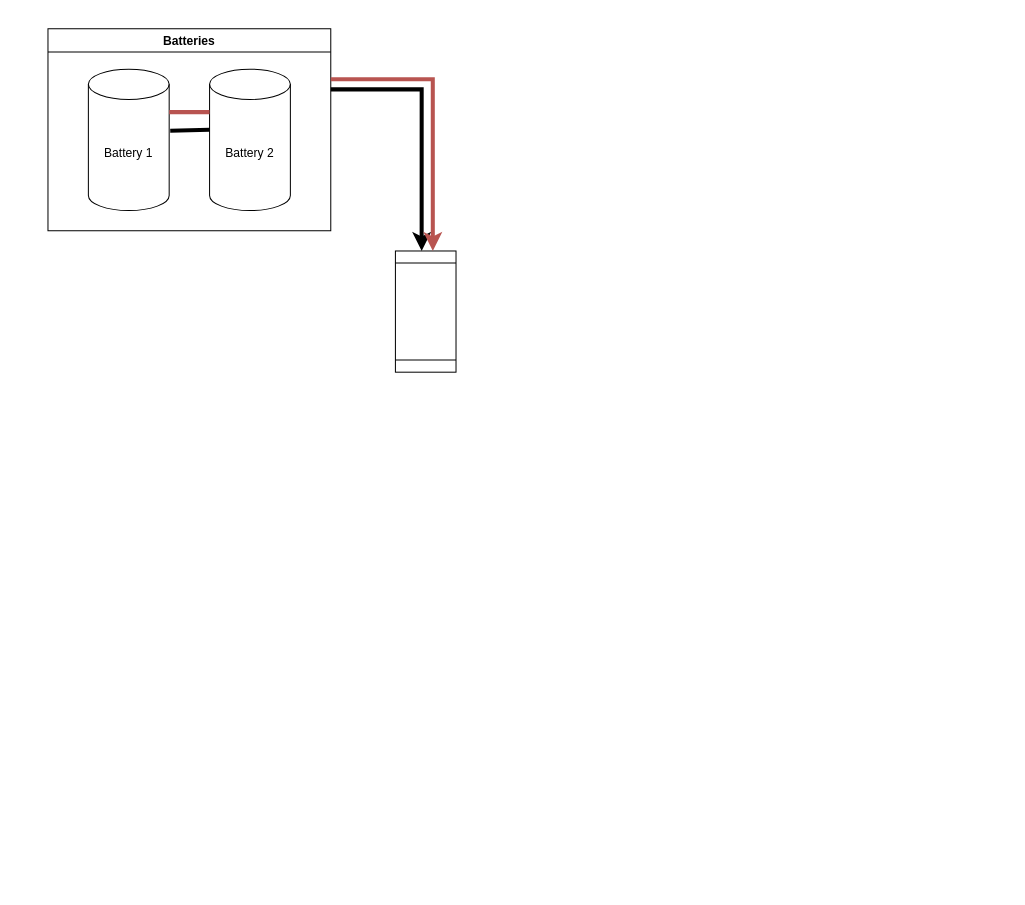
Before: images/Untitled Diagram.drawio in JHeflinger/RM-SOFTWARE-TUTORIAL, a draw.io diagram. Source tidied: cells renumbered, new cells numbered last; positions are measured from the earlier drawing's top-left corner, leaving out a move shared by most shapes. Both pictures are drawn from the tidied source at 101%, with x=0, y=0 at pixel (47, 28).
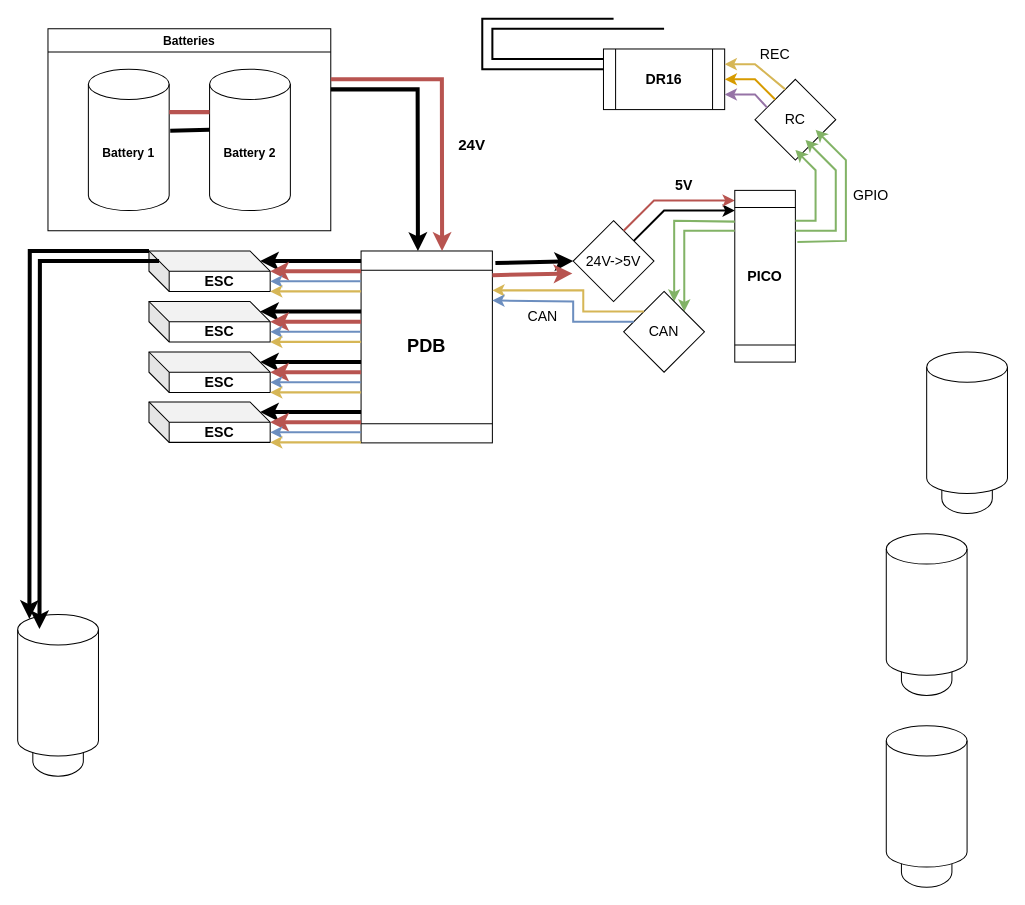
The same page after the edit.

The change refers to these unchanged cells:
```xml
<mxCell id="2" value="Batteries" style="swimlane;" parent="1" vertex="1">
  <mxGeometry width="280" height="200" as="geometry" />
</mxCell>
```

Change to the diagram source:
```diff
@@
-    <mxCell id="3" value="Battery 1" style="shape=cylinder3;whiteSpace=wrap;html=1;boundedLbl=1;backgroundOutline=1;size=15;" parent="2" vertex="1">
+    <mxCell id="3" value="&lt;b&gt;Battery 1&lt;/b&gt;" style="shape=cylinder3;whiteSpace=wrap;html=1;boundedLbl=1;backgroundOutline=1;size=15;" parent="2" vertex="1">
       <mxGeometry x="40" y="40" width="80" height="140" as="geometry" />
     </mxCell>
-    <mxCell id="4" value="Battery 2" style="shape=cylinder3;whiteSpace=wrap;html=1;boundedLbl=1;backgroundOutline=1;size=15;" parent="2" vertex="1">
+    <mxCell id="4" value="&lt;b&gt;Battery 2&lt;/b&gt;" style="shape=cylinder3;whiteSpace=wrap;html=1;boundedLbl=1;backgroundOutline=1;size=15;" parent="2" vertex="1">
       <mxGeometry x="160" y="40" width="80" height="140" as="geometry" />
     </mxCell>
@@
-    <mxCell id="7" style="shape=process;whiteSpace=wrap;html=1;backgroundOutline=1;direction=south;" parent="1" vertex="1">
-      <mxGeometry x="344" y="220" width="60" height="120" as="geometry" />
+    <mxCell id="7" value="&lt;font style=&quot;font-size: 18px;&quot;&gt;&lt;b&gt;PDB&lt;/b&gt;&lt;/font&gt;" style="shape=process;whiteSpace=wrap;html=1;backgroundOutline=1;direction=south;" parent="1" vertex="1">
+      <mxGeometry x="310" y="220" width="130" height="190" as="geometry" />
     </mxCell>
     <mxCell id="8" style="endArrow=classic;html=1;rounded=0;strokeWidth=4;entryX=0;entryY=0.567;entryDx=0;entryDy=0;entryPerimeter=0;" parent="1" edge="1" target="7">
       <mxGeometry relative="1" as="geometry">
         <mxPoint x="280" y="60" as="sourcePoint" />
         <Array as="points">
-          <mxPoint x="370" y="60" />
+          <mxPoint x="366" y="60" />
         </Array>
       </mxGeometry>
     </mxCell>
     <mxCell id="9" style="endArrow=classic;html=1;rounded=0;strokeWidth=4;entryX=0;entryY=0.383;entryDx=0;entryDy=0;exitX=1;exitY=0.25;exitDx=0;exitDy=0;entryPerimeter=0;fillColor=#f8cecc;strokeColor=#b85450;" parent="1" edge="1" source="2" target="7">
       <mxGeometry relative="1" as="geometry">
         <Array as="points">
-          <mxPoint x="381" y="50" />
+          <mxPoint x="390" y="50" />
         </Array>
       </mxGeometry>
     </mxCell>
+    <mxCell id="10" value="&lt;font size=&quot;1&quot;&gt;&lt;b style=&quot;font-size: 15px;&quot;&gt;24V&lt;/b&gt;&lt;/font&gt;" style="text;html=1;strokeColor=none;fillColor=none;align=center;verticalAlign=middle;whiteSpace=wrap;rounded=0;" parent="1" vertex="1">
+      <mxGeometry x="390" y="100" width="60" height="30" as="geometry" />
+    </mxCell>
+    <mxCell id="11" style="endArrow=classic;html=1;rounded=0;fontSize=14;strokeWidth=4;exitX=0.063;exitY=-0.023;exitDx=0;exitDy=0;exitPerimeter=0;" parent="1" edge="1" source="7">
+      <mxGeometry relative="1" as="geometry">
+        <mxPoint x="520" y="230" as="targetPoint" />
+      </mxGeometry>
+    </mxCell>
+    <mxCell id="12" style="endArrow=classic;html=1;rounded=0;fontSize=14;strokeWidth=4;entryX=0;entryY=0.25;entryDx=0;entryDy=0;fillColor=#f8cecc;strokeColor=#b85450;exitX=0.126;exitY=0;exitDx=0;exitDy=0;exitPerimeter=0;" parent="1" edge="1" source="7">
+      <mxGeometry relative="1" as="geometry">
+        <mxPoint x="519.2" y="242.2" as="targetPoint" />
+      </mxGeometry>
+    </mxCell>
+    <mxCell id="13" value="24V-&amp;gt;5V" style="rhombus;whiteSpace=wrap;html=1;fontSize=14;" parent="1" vertex="1">
+      <mxGeometry x="520" y="190" width="80" height="80" as="geometry" />
+    </mxCell>
+    <mxCell id="14" style="endArrow=classic;html=1;rounded=0;fontSize=14;strokeWidth=2;endSize=6;jumpSize=6;" parent="1" edge="1" source="13">
+      <mxGeometry relative="1" as="geometry">
+        <mxPoint x="680" y="180" as="targetPoint" />
+        <Array as="points">
+          <mxPoint x="610" y="180" />
+        </Array>
+      </mxGeometry>
+    </mxCell>
+    <mxCell id="15" style="endArrow=classic;html=1;rounded=0;fontSize=14;strokeWidth=2;endSize=6;jumpSize=6;fillColor=#f8cecc;strokeColor=#b85450;" parent="1" edge="1">
+      <mxGeometry relative="1" as="geometry">
+        <mxPoint x="570" y="200" as="sourcePoint" />
+        <mxPoint x="680" y="170" as="targetPoint" />
+        <Array as="points">
+          <mxPoint x="600" y="170" />
+        </Array>
+      </mxGeometry>
+    </mxCell>
+    <mxCell id="16" value="&lt;b&gt;5V&lt;/b&gt;" style="text;html=1;strokeColor=none;fillColor=none;align=center;verticalAlign=middle;whiteSpace=wrap;rounded=0;fontSize=14;" parent="1" vertex="1">
+      <mxGeometry x="600" y="140" width="60" height="30" as="geometry" />
+    </mxCell>
+    <mxCell id="17" value="&lt;b&gt;PICO&lt;/b&gt;" style="shape=process;whiteSpace=wrap;html=1;backgroundOutline=1;fontSize=14;direction=south;" parent="1" vertex="1">
+      <mxGeometry x="680" y="160" width="60" height="170" as="geometry" />
+    </mxCell>
+    <mxCell id="18" style="endArrow=classic;html=1;rounded=0;fontSize=14;endSize=6;strokeWidth=2;jumpSize=6;exitX=0.182;exitY=1;exitDx=0;exitDy=0;exitPerimeter=0;fillColor=#d5e8d4;strokeColor=#82b366;" parent="1" edge="1" source="17">
+      <mxGeometry relative="1" as="geometry">
+        <mxPoint x="620" y="270" as="targetPoint" />
+        <Array as="points">
+          <mxPoint x="620" y="190" />
+        </Array>
+      </mxGeometry>
+    </mxCell>
+    <mxCell id="19" style="endArrow=classic;html=1;rounded=0;fontSize=14;endSize=6;strokeWidth=2;jumpSize=6;fillColor=#d5e8d4;strokeColor=#82b366;" parent="1" edge="1">
+      <mxGeometry relative="1" as="geometry">
+        <mxPoint x="680" y="200" as="sourcePoint" />
+        <mxPoint x="630" y="280" as="targetPoint" />
+        <Array as="points">
+          <mxPoint x="630" y="200" />
+        </Array>
+      </mxGeometry>
+    </mxCell>
+    <mxCell id="20" value="CAN " style="rhombus;whiteSpace=wrap;html=1;fontSize=14;" parent="1" vertex="1">
+      <mxGeometry x="570" y="260" width="80" height="80" as="geometry" />
+    </mxCell>
+    <mxCell id="21" style="endArrow=classic;html=1;rounded=0;fontSize=14;endSize=6;strokeWidth=2;jumpSize=6;exitX=0;exitY=0;exitDx=0;exitDy=0;fillColor=#fff2cc;strokeColor=#d6b656;" parent="1" edge="1" source="20">
+      <mxGeometry relative="1" as="geometry">
+        <mxPoint x="440" y="259" as="targetPoint" />
+        <Array as="points">
+          <mxPoint x="530" y="280" />
+          <mxPoint x="530" y="259" />
+        </Array>
+      </mxGeometry>
+    </mxCell>
+    <mxCell id="22" style="endArrow=classic;html=1;rounded=0;fontSize=14;endSize=6;strokeWidth=2;jumpSize=6;fillColor=#dae8fc;strokeColor=#6c8ebf;" parent="1" edge="1">
+      <mxGeometry relative="1" as="geometry">
+        <mxPoint x="580" y="290" as="sourcePoint" />
+        <mxPoint x="440" y="269" as="targetPoint" />
+        <Array as="points">
+          <mxPoint x="520" y="290" />
+          <mxPoint x="520" y="270" />
+        </Array>
+      </mxGeometry>
+    </mxCell>
+    <mxCell id="23" value="RC" style="rhombus;whiteSpace=wrap;html=1;fontSize=14;" parent="1" vertex="1">
+      <mxGeometry x="700" y="50" width="80" height="80" as="geometry" />
+    </mxCell>
+    <mxCell id="24" style="endArrow=classic;html=1;rounded=0;fontSize=14;endSize=6;strokeWidth=2;jumpSize=6;fillColor=#d5e8d4;strokeColor=#82b366;" parent="1" edge="1">
+      <mxGeometry relative="1" as="geometry">
+        <mxPoint x="740" y="190" as="sourcePoint" />
+        <mxPoint x="740" y="120" as="targetPoint" />
+        <Array as="points">
+          <mxPoint x="760" y="190" />
+          <mxPoint x="760" y="140" />
+        </Array>
+      </mxGeometry>
+    </mxCell>
+    <mxCell id="25" style="endArrow=classic;html=1;rounded=0;fontSize=14;endSize=6;strokeWidth=2;jumpSize=6;fillColor=#d5e8d4;strokeColor=#82b366;" parent="1" edge="1">
+      <mxGeometry relative="1" as="geometry">
+        <mxPoint x="740" y="200" as="sourcePoint" />
+        <mxPoint x="750" y="110" as="targetPoint" />
+        <Array as="points">
+          <mxPoint x="780" y="200" />
+          <mxPoint x="780" y="140" />
+        </Array>
+      </mxGeometry>
+    </mxCell>
+    <mxCell id="26" style="endArrow=classic;html=1;rounded=0;fontSize=14;endSize=6;strokeWidth=2;jumpSize=6;exitX=0.3;exitY=-0.033;exitDx=0;exitDy=0;exitPerimeter=0;fillColor=#d5e8d4;strokeColor=#82b366;" parent="1" edge="1" source="17">
+      <mxGeometry relative="1" as="geometry">
+        <mxPoint x="760" y="100" as="targetPoint" />
+        <Array as="points">
+          <mxPoint x="790" y="210" />
+          <mxPoint x="790" y="130" />
+        </Array>
+      </mxGeometry>
+    </mxCell>
+    <mxCell id="27" value="&lt;b&gt;DR16&lt;/b&gt;" style="shape=process;whiteSpace=wrap;html=1;backgroundOutline=1;fontSize=14;" parent="1" vertex="1">
+      <mxGeometry x="550" y="20" width="120" height="60" as="geometry" />
+    </mxCell>
+    <mxCell id="28" style="endArrow=none;html=1;rounded=0;fontSize=14;endSize=6;strokeWidth=2;jumpSize=6;" parent="1" edge="1">
+      <mxGeometry relative="1" as="geometry">
+        <mxPoint x="610" as="sourcePoint" />
+        <mxPoint x="550" y="30" as="targetPoint" />
+        <Array as="points">
+          <mxPoint x="440" />
+          <mxPoint x="440" y="30" />
+        </Array>
+      </mxGeometry>
+    </mxCell>
+    <mxCell id="29" style="endArrow=none;html=1;rounded=0;fontSize=14;endSize=6;strokeWidth=2;jumpSize=6;" parent="1" edge="1">
+      <mxGeometry relative="1" as="geometry">
+        <mxPoint x="560" y="-10" as="sourcePoint" />
+        <mxPoint x="550" y="40" as="targetPoint" />
+        <Array as="points">
+          <mxPoint x="430" y="-10" />
+          <mxPoint x="430" y="40" />
+        </Array>
+      </mxGeometry>
+    </mxCell>
+    <mxCell id="30" style="endArrow=classic;html=1;rounded=0;fontSize=14;endSize=6;strokeWidth=2;jumpSize=6;entryX=1;entryY=0.25;entryDx=0;entryDy=0;fillColor=#fff2cc;strokeColor=#d6b656;" parent="1" edge="1" target="27">
+      <mxGeometry relative="1" as="geometry">
+        <mxPoint x="730" y="60" as="sourcePoint" />
+        <Array as="points">
+          <mxPoint x="700" y="35" />
+        </Array>
+      </mxGeometry>
+    </mxCell>
+    <mxCell id="31" style="endArrow=classic;html=1;rounded=0;fontSize=14;endSize=6;strokeWidth=2;jumpSize=6;exitX=0;exitY=0;exitDx=0;exitDy=0;entryX=1;entryY=0.5;entryDx=0;entryDy=0;fillColor=#ffe6cc;strokeColor=#d79b00;" parent="1" edge="1" source="23" target="27">
+      <mxGeometry relative="1" as="geometry">
+        <Array as="points">
+          <mxPoint x="700" y="50" />
+        </Array>
+      </mxGeometry>
+    </mxCell>
+    <mxCell id="32" style="endArrow=classic;html=1;rounded=0;fontSize=14;endSize=6;strokeWidth=2;jumpSize=6;exitX=0.15;exitY=0.35;exitDx=0;exitDy=0;exitPerimeter=0;entryX=1;entryY=0.75;entryDx=0;entryDy=0;fillColor=#e1d5e7;strokeColor=#9673a6;" parent="1" edge="1" source="23" target="27">
+      <mxGeometry relative="1" as="geometry">
+        <Array as="points">
+          <mxPoint x="700" y="65" />
+        </Array>
+      </mxGeometry>
+    </mxCell>
+    <mxCell id="33" style="shape=cylinder3;whiteSpace=wrap;html=1;boundedLbl=1;backgroundOutline=1;size=15;fontSize=14;" parent="1" vertex="1">
+      <mxGeometry x="845" y="580" width="50" height="80" as="geometry" />
+    </mxCell>
+    <mxCell id="34" style="shape=cylinder3;whiteSpace=wrap;html=1;boundedLbl=1;backgroundOutline=1;size=15;fontSize=14;" parent="1" vertex="1">
+      <mxGeometry x="830" y="500" width="80" height="140" as="geometry" />
+    </mxCell>
+    <mxCell id="35" style="shape=cylinder3;whiteSpace=wrap;html=1;boundedLbl=1;backgroundOutline=1;size=15;fontSize=14;" parent="1" vertex="1">
+      <mxGeometry x="-15" y="660" width="50" height="80" as="geometry" />
+    </mxCell>
+    <mxCell id="36" style="shape=cylinder3;whiteSpace=wrap;html=1;boundedLbl=1;backgroundOutline=1;size=15;fontSize=14;" parent="1" vertex="1">
+      <mxGeometry x="-30" y="580" width="80" height="140" as="geometry" />
+    </mxCell>
+    <mxCell id="37" style="shape=cylinder3;whiteSpace=wrap;html=1;boundedLbl=1;backgroundOutline=1;size=15;fontSize=14;" parent="1" vertex="1">
+      <mxGeometry x="845" y="770" width="50" height="80" as="geometry" />
+    </mxCell>
+    <mxCell id="38" style="shape=cylinder3;whiteSpace=wrap;html=1;boundedLbl=1;backgroundOutline=1;size=15;fontSize=14;" parent="1" vertex="1">
+      <mxGeometry x="830" y="690" width="80" height="140" as="geometry" />
+    </mxCell>
+    <mxCell id="39" style="shape=cylinder3;whiteSpace=wrap;html=1;boundedLbl=1;backgroundOutline=1;size=15;fontSize=14;" parent="1" vertex="1">
+      <mxGeometry x="885" y="400" width="50" height="80" as="geometry" />
+    </mxCell>
+    <mxCell id="40" style="shape=cylinder3;whiteSpace=wrap;html=1;boundedLbl=1;backgroundOutline=1;size=15;fontSize=14;" parent="1" vertex="1">
+      <mxGeometry x="870" y="320" width="80" height="140" as="geometry" />
+    </mxCell>
+    <mxCell id="41" value="&lt;b&gt;ESC&lt;/b&gt;" style="shape=cube;whiteSpace=wrap;html=1;boundedLbl=1;backgroundOutline=1;darkOpacity=0.05;darkOpacity2=0.1;fontSize=14;" parent="1" vertex="1">
+      <mxGeometry x="100" y="220" width="120" height="40" as="geometry" />
+    </mxCell>
+    <mxCell id="42" style="endArrow=classic;html=1;rounded=0;fontSize=14;endSize=6;strokeWidth=4;jumpSize=6;exitX=0.158;exitY=1;exitDx=0;exitDy=0;exitPerimeter=0;entryX=0;entryY=0;entryDx=110;entryDy=10;entryPerimeter=0;" parent="1" edge="1" target="41">
+      <mxGeometry relative="1" as="geometry">
+        <mxPoint x="310" y="230" as="sourcePoint" />
+      </mxGeometry>
+    </mxCell>
+    <mxCell id="43" style="endArrow=classic;html=1;rounded=0;fontSize=14;endSize=6;strokeWidth=4;jumpSize=6;entryX=0;entryY=0;entryDx=110;entryDy=10;entryPerimeter=0;fillColor=#f8cecc;strokeColor=#b85450;" parent="1" edge="1">
+      <mxGeometry relative="1" as="geometry">
+        <mxPoint x="310" y="240" as="sourcePoint" />
+        <mxPoint x="220" y="240" as="targetPoint" />
+        <Array as="points">
+          <mxPoint x="270" y="240" />
+        </Array>
+      </mxGeometry>
+    </mxCell>
+    <mxCell id="44" style="endArrow=classic;html=1;rounded=0;fontSize=14;endSize=6;strokeWidth=2;jumpSize=6;fillColor=#dae8fc;strokeColor=#6c8ebf;" parent="1" edge="1">
+      <mxGeometry relative="1" as="geometry">
+        <mxPoint x="310" y="250" as="sourcePoint" />
+        <mxPoint x="220" y="250" as="targetPoint" />
+      </mxGeometry>
+    </mxCell>
+    <mxCell id="45" style="endArrow=classic;html=1;rounded=0;fontSize=14;endSize=6;strokeWidth=2;jumpSize=6;fillColor=#fff2cc;strokeColor=#d6b656;" parent="1" edge="1">
+      <mxGeometry relative="1" as="geometry">
+        <mxPoint x="310" y="260" as="sourcePoint" />
+        <mxPoint x="220" y="260" as="targetPoint" />
+      </mxGeometry>
+    </mxCell>
+    <mxCell id="46" value="&lt;b&gt;ESC&lt;/b&gt;" style="shape=cube;whiteSpace=wrap;html=1;boundedLbl=1;backgroundOutline=1;darkOpacity=0.05;darkOpacity2=0.1;fontSize=14;" parent="1" vertex="1">
+      <mxGeometry x="100" y="270" width="120" height="40" as="geometry" />
+    </mxCell>
+    <mxCell id="47" style="endArrow=classic;html=1;rounded=0;fontSize=14;endSize=6;strokeWidth=4;jumpSize=6;exitX=0.158;exitY=1;exitDx=0;exitDy=0;exitPerimeter=0;entryX=0;entryY=0;entryDx=110;entryDy=10;entryPerimeter=0;" parent="1" edge="1" target="46">
+      <mxGeometry relative="1" as="geometry">
+        <mxPoint x="310" y="280" as="sourcePoint" />
+      </mxGeometry>
+    </mxCell>
+    <mxCell id="48" style="endArrow=classic;html=1;rounded=0;fontSize=14;endSize=6;strokeWidth=4;jumpSize=6;entryX=0;entryY=0;entryDx=110;entryDy=10;entryPerimeter=0;fillColor=#f8cecc;strokeColor=#b85450;" parent="1" edge="1">
+      <mxGeometry relative="1" as="geometry">
+        <mxPoint x="310" y="290" as="sourcePoint" />
+        <mxPoint x="220" y="290" as="targetPoint" />
+        <Array as="points">
+          <mxPoint x="270" y="290" />
+        </Array>
+      </mxGeometry>
+    </mxCell>
+    <mxCell id="49" style="endArrow=classic;html=1;rounded=0;fontSize=14;endSize=6;strokeWidth=2;jumpSize=6;fillColor=#dae8fc;strokeColor=#6c8ebf;" parent="1" edge="1">
+      <mxGeometry relative="1" as="geometry">
+        <mxPoint x="310" y="300" as="sourcePoint" />
+        <mxPoint x="220" y="300" as="targetPoint" />
+      </mxGeometry>
+    </mxCell>
+    <mxCell id="50" style="endArrow=classic;html=1;rounded=0;fontSize=14;endSize=6;strokeWidth=2;jumpSize=6;fillColor=#fff2cc;strokeColor=#d6b656;" parent="1" edge="1">
+      <mxGeometry relative="1" as="geometry">
+        <mxPoint x="310" y="310" as="sourcePoint" />
+        <mxPoint x="220" y="310" as="targetPoint" />
+      </mxGeometry>
+    </mxCell>
+    <mxCell id="51" value="&lt;b&gt;ESC&lt;/b&gt;" style="shape=cube;whiteSpace=wrap;html=1;boundedLbl=1;backgroundOutline=1;darkOpacity=0.05;darkOpacity2=0.1;fontSize=14;" parent="1" vertex="1">
+      <mxGeometry x="100" y="320" width="120" height="40" as="geometry" />
+    </mxCell>
+    <mxCell id="52" style="endArrow=classic;html=1;rounded=0;fontSize=14;endSize=6;strokeWidth=4;jumpSize=6;exitX=0.158;exitY=1;exitDx=0;exitDy=0;exitPerimeter=0;entryX=0;entryY=0;entryDx=110;entryDy=10;entryPerimeter=0;" parent="1" edge="1" target="51">
+      <mxGeometry relative="1" as="geometry">
+        <mxPoint x="310" y="330" as="sourcePoint" />
+      </mxGeometry>
+    </mxCell>
+    <mxCell id="53" style="endArrow=classic;html=1;rounded=0;fontSize=14;endSize=6;strokeWidth=4;jumpSize=6;entryX=0;entryY=0;entryDx=110;entryDy=10;entryPerimeter=0;fillColor=#f8cecc;strokeColor=#b85450;" parent="1" edge="1">
+      <mxGeometry relative="1" as="geometry">
+        <mxPoint x="310" y="340" as="sourcePoint" />
+        <mxPoint x="220" y="340" as="targetPoint" />
+        <Array as="points">
+          <mxPoint x="270" y="340" />
+        </Array>
+      </mxGeometry>
+    </mxCell>
+    <mxCell id="54" style="endArrow=classic;html=1;rounded=0;fontSize=14;endSize=6;strokeWidth=2;jumpSize=6;fillColor=#dae8fc;strokeColor=#6c8ebf;" parent="1" edge="1">
+      <mxGeometry relative="1" as="geometry">
+        <mxPoint x="310" y="350" as="sourcePoint" />
+        <mxPoint x="220" y="350" as="targetPoint" />
+      </mxGeometry>
+    </mxCell>
+    <mxCell id="55" style="endArrow=classic;html=1;rounded=0;fontSize=14;endSize=6;strokeWidth=2;jumpSize=6;fillColor=#fff2cc;strokeColor=#d6b656;" parent="1" edge="1">
+      <mxGeometry relative="1" as="geometry">
+        <mxPoint x="310" y="360" as="sourcePoint" />
+        <mxPoint x="220" y="360" as="targetPoint" />
+      </mxGeometry>
+    </mxCell>
+    <mxCell id="56" value="&lt;b&gt;ESC&lt;/b&gt;" style="shape=cube;whiteSpace=wrap;html=1;boundedLbl=1;backgroundOutline=1;darkOpacity=0.05;darkOpacity2=0.1;fontSize=14;" parent="1" vertex="1">
+      <mxGeometry x="100" y="369.5" width="120" height="40" as="geometry" />
+    </mxCell>
+    <mxCell id="57" style="endArrow=classic;html=1;rounded=0;fontSize=14;endSize=6;strokeWidth=4;jumpSize=6;exitX=0.158;exitY=1;exitDx=0;exitDy=0;exitPerimeter=0;entryX=0;entryY=0;entryDx=110;entryDy=10;entryPerimeter=0;" parent="1" edge="1" target="56">
+      <mxGeometry relative="1" as="geometry">
+        <mxPoint x="310" y="379.5" as="sourcePoint" />
+      </mxGeometry>
+    </mxCell>
+    <mxCell id="58" style="endArrow=classic;html=1;rounded=0;fontSize=14;endSize=6;strokeWidth=4;jumpSize=6;entryX=0;entryY=0;entryDx=110;entryDy=10;entryPerimeter=0;fillColor=#f8cecc;strokeColor=#b85450;" parent="1" edge="1">
+      <mxGeometry relative="1" as="geometry">
+        <mxPoint x="310" y="389.5" as="sourcePoint" />
+        <mxPoint x="220" y="389.5" as="targetPoint" />
+        <Array as="points">
+          <mxPoint x="270" y="389.5" />
+        </Array>
+      </mxGeometry>
+    </mxCell>
+    <mxCell id="59" style="endArrow=classic;html=1;rounded=0;fontSize=14;endSize=6;strokeWidth=2;jumpSize=6;fillColor=#dae8fc;strokeColor=#6c8ebf;" parent="1" edge="1">
+      <mxGeometry relative="1" as="geometry">
+        <mxPoint x="310" y="399.5" as="sourcePoint" />
+        <mxPoint x="220" y="399.5" as="targetPoint" />
+      </mxGeometry>
+    </mxCell>
+    <mxCell id="60" style="endArrow=classic;html=1;rounded=0;fontSize=14;endSize=6;strokeWidth=2;jumpSize=6;fillColor=#fff2cc;strokeColor=#d6b656;" parent="1" edge="1">
+      <mxGeometry relative="1" as="geometry">
+        <mxPoint x="310" y="409.5" as="sourcePoint" />
+        <mxPoint x="220" y="409.5" as="targetPoint" />
+      </mxGeometry>
+    </mxCell>
+    <mxCell id="61" style="endArrow=classic;html=1;rounded=0;fontSize=14;endSize=6;strokeWidth=4;jumpSize=6;exitX=0;exitY=0;exitDx=0;exitDy=0;exitPerimeter=0;entryX=0.145;entryY=0;entryDx=0;entryDy=4.35;entryPerimeter=0;" parent="1" edge="1" source="41" target="36">
+      <mxGeometry relative="1" as="geometry">
+        <Array as="points">
+          <mxPoint x="-18" y="220" />
+        </Array>
+      </mxGeometry>
+    </mxCell>
+    <mxCell id="62" style="endArrow=classic;html=1;rounded=0;fontSize=14;endSize=6;strokeWidth=4;jumpSize=6;exitX=0;exitY=0;exitDx=0;exitDy=0;exitPerimeter=0;entryX=0.145;entryY=0;entryDx=0;entryDy=4.35;entryPerimeter=0;" parent="1" edge="1">
+      <mxGeometry relative="1" as="geometry">
+        <mxPoint x="110" y="230" as="sourcePoint" />
+        <mxPoint x="-8.4" y="594.3" as="targetPoint" />
+        <Array as="points">
+          <mxPoint x="-8" y="230" />
+        </Array>
+      </mxGeometry>
+    </mxCell>
+    <mxCell id="63" value="REC" style="text;html=1;strokeColor=none;fillColor=none;align=center;verticalAlign=middle;whiteSpace=wrap;rounded=0;fontSize=14;" parent="1" vertex="1">
+      <mxGeometry x="690" y="10" width="60" height="30" as="geometry" />
+    </mxCell>
+    <mxCell id="64" value="CAN" style="text;html=1;strokeColor=none;fillColor=none;align=center;verticalAlign=middle;whiteSpace=wrap;rounded=0;fontSize=14;" parent="1" vertex="1">
+      <mxGeometry x="460" y="270" width="60" height="30" as="geometry" />
+    </mxCell>
+    <mxCell id="65" value="GPIO" style="text;html=1;strokeColor=none;fillColor=none;align=center;verticalAlign=middle;whiteSpace=wrap;rounded=0;fontSize=14;" parent="1" vertex="1">
+      <mxGeometry x="785" y="150" width="60" height="30" as="geometry" />
+    </mxCell>
```
